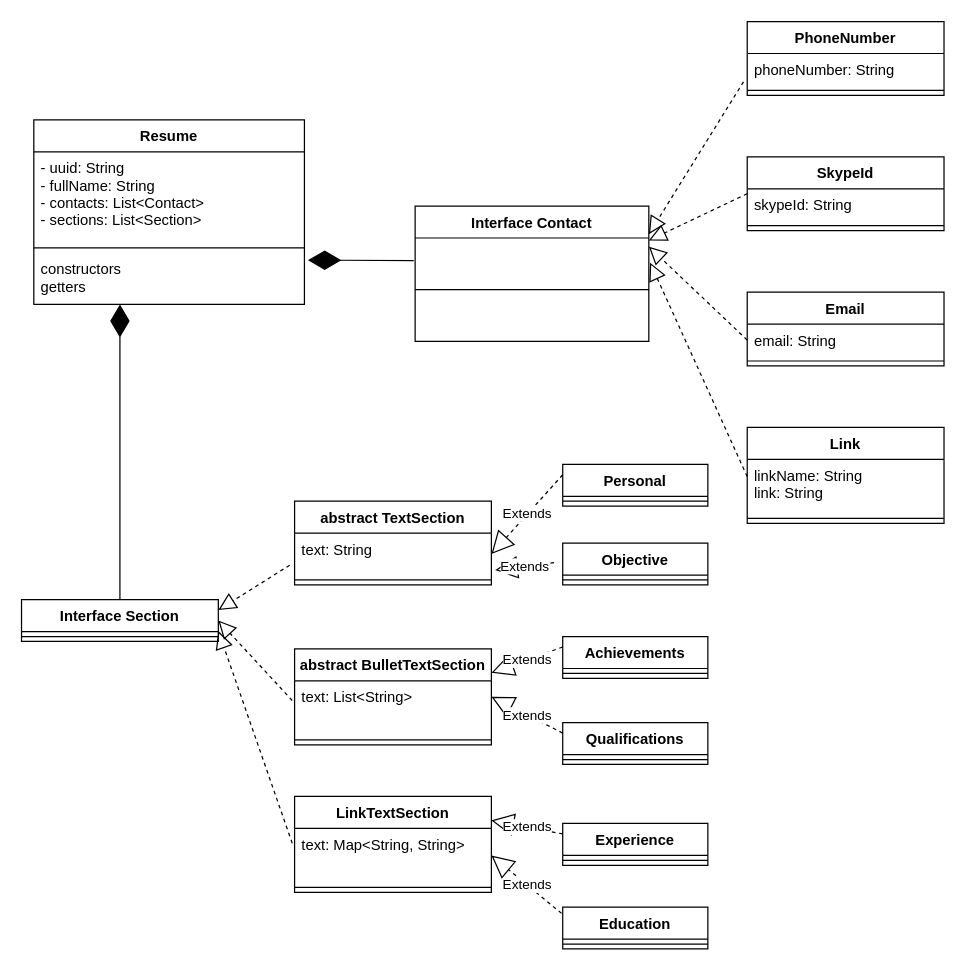
yarmoiseev/basejava keeps this draw.io diagram as Untitled Diagram.drawio. Above is the earlier version. Source tidied: cells renumbered, new cells numbered last; positions are measured from the earlier drawing's top-left corner, leaving out a move shared by most shapes. Both pictures are drawn from the tidied source at 123%, with x=0, y=0 at pixel (21, 21).
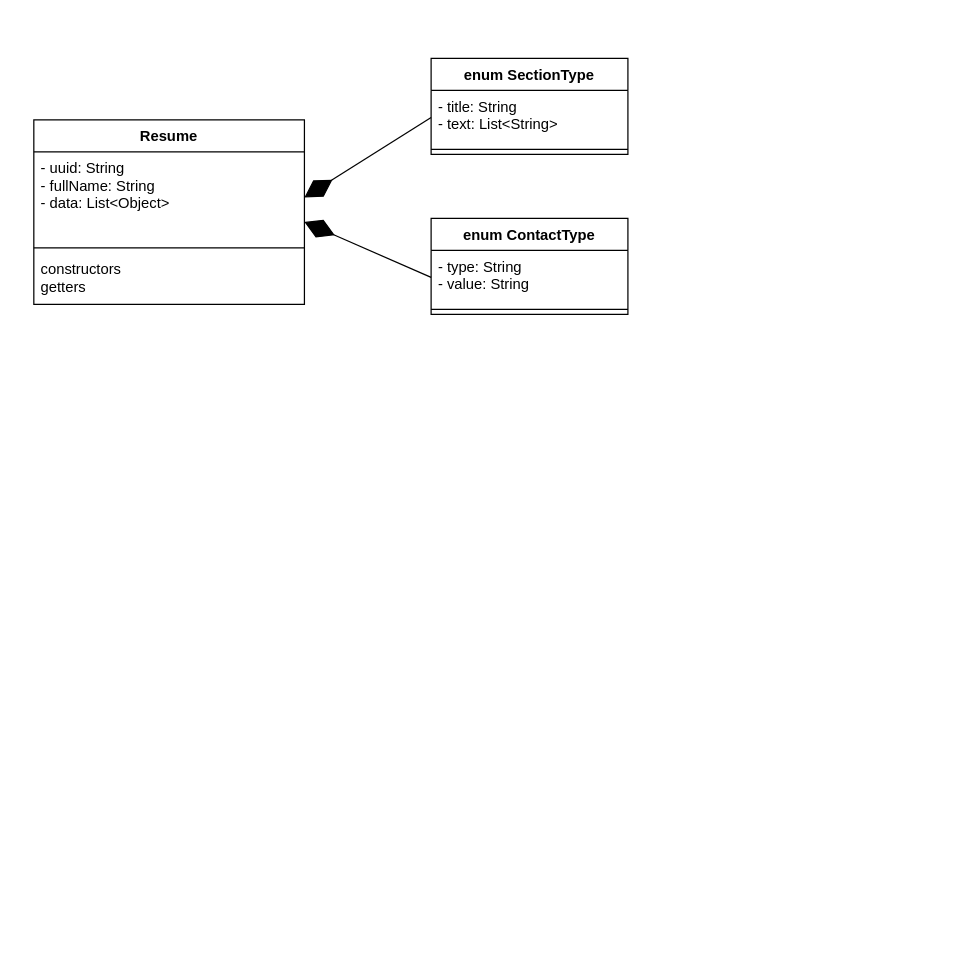
Above is the later version.

Unchanged cells that the change refers to:
```xml
<mxCell id="2" value="Resume" style="swimlane;fontStyle=1;align=center;verticalAlign=top;horizontal=1;startSize=26;" parent="1" vertex="1">
  <mxGeometry x="10" y="80" width="220" height="150" as="geometry" />
</mxCell>
```

Change to the diagram source:
```diff
@@
-    <mxCell id="3" value="- uuid: String&#10;- fullName: String&#10;- contacts: List&lt;Contact&gt;&#10;- sections: List&lt;Section&gt;&#10;" style="text;strokeColor=none;fillColor=none;align=left;verticalAlign=top;spacingLeft=4;spacingRight=4;overflow=hidden;points=[[0,0.5],[1,0.5]];portConstraint=eastwest;" parent="2" vertex="1">
+    <mxCell id="3" value="- uuid: String&#10;- fullName: String&#10;- data: List&lt;Object&gt;&#10;" style="text;strokeColor=none;fillColor=none;align=left;verticalAlign=top;spacingLeft=4;spacingRight=4;overflow=hidden;points=[[0,0.5],[1,0.5]];portConstraint=eastwest;" parent="2" vertex="1">
       <mxGeometry y="26" width="220" height="74" as="geometry" />
     </mxCell>
@@
-    <mxCell id="6" value="Interface Contact" style="swimlane;fontStyle=1;align=center;verticalAlign=top;horizontal=1;startSize=26;" parent="1" vertex="1">
-      <mxGeometry x="320" y="150" width="190" height="110" as="geometry" />
-    </mxCell>
-    <mxCell id="7" style="line;strokeWidth=1;fillColor=none;align=left;verticalAlign=middle;spacingTop=-1;spacingLeft=3;spacingRight=3;labelPosition=right;" parent="6" vertex="1">
-      <mxGeometry y="26" width="190" height="84" as="geometry" />
-    </mxCell>
-    <mxCell id="8" value="Interface Section" style="swimlane;fontStyle=1;align=center;verticalAlign=top;horizontal=1;startSize=26;" parent="1" vertex="1">
-      <mxGeometry y="470" width="160" height="34" as="geometry" />
-    </mxCell>
-    <mxCell id="9" style="line;strokeWidth=1;fillColor=none;align=left;verticalAlign=middle;spacingTop=-1;spacingLeft=3;spacingRight=3;labelPosition=right;" parent="8" vertex="1">
-      <mxGeometry y="26" width="160" height="8" as="geometry" />
-    </mxCell>
-    <mxCell id="10" style="endArrow=diamondThin;endFill=1;endSize=24;html=1;rounded=0;exitX=0.5;exitY=0;exitDx=0;exitDy=0;" parent="1" edge="1" source="8">
-      <mxGeometry relative="1" as="geometry">
-        <mxPoint x="80" y="230" as="targetPoint" />
-      </mxGeometry>
+    <mxCell id="10" style="endArrow=diamondThin;endFill=1;endSize=24;html=1;rounded=0;exitX=0;exitY=0.5;exitDx=0;exitDy=0;entryX=1;entryY=0.5;entryDx=0;entryDy=0;" parent="1" edge="1" source="59" target="3">
+      <mxGeometry relative="1" as="geometry" />
     </mxCell>
-    <mxCell id="11" style="endArrow=diamondThin;endFill=1;endSize=24;html=1;rounded=0;exitX=-0.006;exitY=0.923;exitDx=0;exitDy=0;exitPerimeter=0;" parent="1" edge="1">
-      <mxGeometry relative="1" as="geometry">
-        <mxPoint x="318.9" y="194.3" as="sourcePoint" />
-        <mxPoint x="233" y="194" as="targetPoint" />
-      </mxGeometry>
+    <mxCell id="11" style="endArrow=diamondThin;endFill=1;endSize=24;html=1;rounded=0;exitX=0;exitY=0.5;exitDx=0;exitDy=0;entryX=1;entryY=0.77;entryDx=0;entryDy=0;entryPerimeter=0;" parent="1" edge="1" source="62" target="3">
+      <mxGeometry relative="1" as="geometry" />
     </mxCell>
-    <mxCell id="12" value="PhoneNumber" style="swimlane;fontStyle=1;align=center;verticalAlign=top;horizontal=1;startSize=26;" parent="1" vertex="1">
-      <mxGeometry x="590" width="160" height="60" as="geometry" />
-    </mxCell>
-    <mxCell id="13" value="phoneNumber: String" style="text;strokeColor=none;fillColor=none;align=left;verticalAlign=top;spacingLeft=4;spacingRight=4;overflow=hidden;points=[[0,0.5],[1,0.5]];portConstraint=eastwest;" parent="12" vertex="1">
-      <mxGeometry y="26" width="160" height="26" as="geometry" />
-    </mxCell>
-    <mxCell id="14" style="line;strokeWidth=1;fillColor=none;align=left;verticalAlign=middle;spacingTop=-1;spacingLeft=3;spacingRight=3;labelPosition=right;" parent="12" vertex="1">
-      <mxGeometry y="52" width="160" height="8" as="geometry" />
-    </mxCell>
-    <mxCell id="15" value="SkypeId" style="swimlane;fontStyle=1;align=center;verticalAlign=top;horizontal=1;startSize=26;" parent="1" vertex="1">
-      <mxGeometry x="590" y="110" width="160" height="60" as="geometry" />
-    </mxCell>
-    <mxCell id="16" value="skypeId: String" style="text;strokeColor=none;fillColor=none;align=left;verticalAlign=top;spacingLeft=4;spacingRight=4;overflow=hidden;" parent="15" vertex="1">
-      <mxGeometry y="26" width="160" height="26" as="geometry" />
-    </mxCell>
-    <mxCell id="17" style="line;strokeWidth=1;fillColor=none;align=left;verticalAlign=middle;spacingTop=-1;spacingLeft=3;spacingRight=3;labelPosition=right;" parent="15" vertex="1">
-      <mxGeometry y="52" width="160" height="8" as="geometry" />
-    </mxCell>
-    <mxCell id="18" value="Email" style="swimlane;fontStyle=1;align=center;verticalAlign=top;horizontal=1;startSize=26;" parent="1" vertex="1">
-      <mxGeometry x="590" y="220" width="160" height="60" as="geometry" />
-    </mxCell>
-    <mxCell id="19" value="email: String" style="text;strokeColor=none;fillColor=none;align=left;verticalAlign=top;spacingLeft=4;spacingRight=4;overflow=hidden;points=[[0,0.5],[1,0.5]];portConstraint=eastwest;" parent="18" vertex="1">
-      <mxGeometry y="26" width="160" height="26" as="geometry" />
-    </mxCell>
-    <mxCell id="20" style="line;strokeWidth=1;fillColor=none;align=left;verticalAlign=middle;spacingTop=-1;spacingLeft=3;spacingRight=3;labelPosition=right;" parent="18" vertex="1">
-      <mxGeometry y="52" width="160" height="8" as="geometry" />
-    </mxCell>
-    <mxCell id="21" value="Link" style="swimlane;fontStyle=1;align=center;verticalAlign=top;horizontal=1;startSize=26;" parent="1" vertex="1">
-      <mxGeometry x="590" y="330" width="160" height="78" as="geometry" />
-    </mxCell>
-    <mxCell id="22" value="linkName: String&#10;link: String" style="text;strokeColor=none;fillColor=none;align=left;verticalAlign=top;spacingLeft=4;spacingRight=4;overflow=hidden;points=[[0,0.5],[1,0.5]];portConstraint=eastwest;" parent="21" vertex="1">
-      <mxGeometry y="26" width="160" height="44" as="geometry" />
-    </mxCell>
-    <mxCell id="23" style="line;strokeWidth=1;fillColor=none;align=left;verticalAlign=middle;spacingTop=-1;spacingLeft=3;spacingRight=3;labelPosition=right;" parent="21" vertex="1">
-      <mxGeometry y="70" width="160" height="8" as="geometry" />
-    </mxCell>
-    <mxCell id="24" value="LinkTextSection" style="swimlane;fontStyle=1;align=center;verticalAlign=top;horizontal=1;startSize=26;" parent="1" vertex="1">
-      <mxGeometry x="222" y="630" width="160" height="78" as="geometry" />
-    </mxCell>
-    <mxCell id="25" value="text: Map&lt;String, String&gt;" style="text;strokeColor=none;fillColor=none;align=left;verticalAlign=top;spacingLeft=4;spacingRight=4;overflow=hidden;points=[[0,0.5],[1,0.5]];portConstraint=eastwest;" parent="24" vertex="1">
-      <mxGeometry y="26" width="160" height="44" as="geometry" />
-    </mxCell>
-    <mxCell id="26" style="line;strokeWidth=1;fillColor=none;align=left;verticalAlign=middle;spacingTop=-1;spacingLeft=3;spacingRight=3;labelPosition=right;" parent="24" vertex="1">
-      <mxGeometry y="70" width="160" height="8" as="geometry" />
-    </mxCell>
-    <mxCell id="27" value="abstract BulletTextSection" style="swimlane;fontStyle=1;align=center;verticalAlign=top;horizontal=1;startSize=26;" parent="1" vertex="1">
-      <mxGeometry x="222" y="510" width="160" height="78" as="geometry" />
-    </mxCell>
-    <mxCell id="28" value="text: List&lt;String&gt;" style="text;strokeColor=none;fillColor=none;align=left;verticalAlign=top;spacingLeft=4;spacingRight=4;overflow=hidden;points=[[0,0.5],[1,0.5]];portConstraint=eastwest;" parent="27" vertex="1">
-      <mxGeometry y="26" width="160" height="44" as="geometry" />
-    </mxCell>
-    <mxCell id="29" style="line;strokeWidth=1;fillColor=none;align=left;verticalAlign=middle;spacingTop=-1;spacingLeft=3;spacingRight=3;labelPosition=right;" parent="27" vertex="1">
-      <mxGeometry y="70" width="160" height="8" as="geometry" />
-    </mxCell>
-    <mxCell id="30" value="abstract TextSection" style="swimlane;fontStyle=1;align=center;verticalAlign=top;horizontal=1;startSize=26;" parent="1" vertex="1">
-      <mxGeometry x="222" y="390" width="160" height="68" as="geometry" />
-    </mxCell>
-    <mxCell id="31" value="text: String" style="text;strokeColor=none;fillColor=none;align=left;verticalAlign=top;spacingLeft=4;spacingRight=4;overflow=hidden;points=[[0,0.5],[1,0.5]];portConstraint=eastwest;" parent="30" vertex="1">
-      <mxGeometry y="26" width="160" height="34" as="geometry" />
-    </mxCell>
-    <mxCell id="32" style="line;strokeWidth=1;fillColor=none;align=left;verticalAlign=middle;spacingTop=-1;spacingLeft=3;spacingRight=3;labelPosition=right;" parent="30" vertex="1">
-      <mxGeometry y="60" width="160" height="8" as="geometry" />
-    </mxCell>
-    <mxCell id="33" style="endArrow=block;dashed=1;endFill=0;endSize=12;html=1;rounded=0;entryX=1;entryY=0.635;entryDx=0;entryDy=0;entryPerimeter=0;exitX=-0.019;exitY=0.885;exitDx=0;exitDy=0;exitPerimeter=0;" parent="1" edge="1" source="13">
-      <mxGeometry relative="1" as="geometry">
-        <mxPoint x="510" y="173" as="targetPoint" />
-      </mxGeometry>
-    </mxCell>
-    <mxCell id="34" style="endArrow=block;dashed=1;endFill=0;endSize=12;html=1;rounded=0;entryX=1;entryY=0.703;entryDx=0;entryDy=0;entryPerimeter=0;exitX=0;exitY=0.5;exitDx=0;exitDy=0;" parent="1" edge="1" source="15">
-      <mxGeometry relative="1" as="geometry">
-        <mxPoint x="510" y="178" as="targetPoint" />
-      </mxGeometry>
-    </mxCell>
-    <mxCell id="35" style="endArrow=block;dashed=1;endFill=0;endSize=12;html=1;rounded=0;entryX=1;entryY=0.77;entryDx=0;entryDy=0;entryPerimeter=0;exitX=0;exitY=0.5;exitDx=0;exitDy=0;" parent="1" edge="1" source="19">
-      <mxGeometry relative="1" as="geometry">
-        <mxPoint x="510" y="183" as="targetPoint" />
-      </mxGeometry>
-    </mxCell>
-    <mxCell id="36" style="endArrow=block;dashed=1;endFill=0;endSize=12;html=1;rounded=0;exitX=0;exitY=0.318;exitDx=0;exitDy=0;exitPerimeter=0;entryX=1.005;entryY=0.946;entryDx=0;entryDy=0;entryPerimeter=0;" parent="1" edge="1" source="22">
-      <mxGeometry relative="1" as="geometry">
-        <mxPoint x="511" y="196" as="targetPoint" />
-      </mxGeometry>
-    </mxCell>
-    <mxCell id="37" value="Education" style="swimlane;fontStyle=1;align=center;verticalAlign=top;horizontal=1;startSize=26;" parent="1" vertex="1">
-      <mxGeometry x="440" y="720" width="118" height="34" as="geometry" />
-    </mxCell>
-    <mxCell id="38" style="line;strokeWidth=1;fillColor=none;align=left;verticalAlign=middle;spacingTop=-1;spacingLeft=3;spacingRight=3;labelPosition=right;" parent="37" vertex="1">
-      <mxGeometry y="26" width="118" height="8" as="geometry" />
-    </mxCell>
-    <mxCell id="39" value="Achievements" style="swimlane;fontStyle=1;align=center;verticalAlign=top;horizontal=1;startSize=26;" parent="1" vertex="1">
-      <mxGeometry x="440" y="500" width="118" height="34" as="geometry" />
-    </mxCell>
-    <mxCell id="40" style="line;strokeWidth=1;fillColor=none;align=left;verticalAlign=middle;spacingTop=-1;spacingLeft=3;spacingRight=3;labelPosition=right;" parent="39" vertex="1">
-      <mxGeometry y="26" width="118" height="8" as="geometry" />
-    </mxCell>
-    <mxCell id="41" value="Personal" style="swimlane;fontStyle=1;align=center;verticalAlign=top;horizontal=1;startSize=26;" parent="1" vertex="1">
-      <mxGeometry x="440" y="360" width="118" height="34" as="geometry" />
-    </mxCell>
-    <mxCell id="42" style="line;strokeWidth=1;fillColor=none;align=left;verticalAlign=middle;spacingTop=-1;spacingLeft=3;spacingRight=3;labelPosition=right;" parent="41" vertex="1">
-      <mxGeometry y="26" width="118" height="8" as="geometry" />
-    </mxCell>
-    <mxCell id="43" value="Objective" style="swimlane;fontStyle=1;align=center;verticalAlign=top;horizontal=1;startSize=26;" parent="1" vertex="1">
-      <mxGeometry x="440" y="424" width="118" height="34" as="geometry" />
-    </mxCell>
-    <mxCell id="44" style="line;strokeWidth=1;fillColor=none;align=left;verticalAlign=middle;spacingTop=-1;spacingLeft=3;spacingRight=3;labelPosition=right;" parent="43" vertex="1">
-      <mxGeometry y="26" width="118" height="8" as="geometry" />
-    </mxCell>
-    <mxCell id="45" value="Qualifications" style="swimlane;fontStyle=1;align=center;verticalAlign=top;horizontal=1;startSize=26;" parent="1" vertex="1">
-      <mxGeometry x="440" y="570" width="118" height="34" as="geometry" />
-    </mxCell>
-    <mxCell id="46" style="line;strokeWidth=1;fillColor=none;align=left;verticalAlign=middle;spacingTop=-1;spacingLeft=3;spacingRight=3;labelPosition=right;" parent="45" vertex="1">
-      <mxGeometry y="26" width="118" height="8" as="geometry" />
-    </mxCell>
-    <mxCell id="47" value="Experience" style="swimlane;fontStyle=1;align=center;verticalAlign=top;horizontal=1;startSize=26;" parent="1" vertex="1">
-      <mxGeometry x="440" y="652" width="118" height="34" as="geometry" />
-    </mxCell>
-    <mxCell id="48" style="line;strokeWidth=1;fillColor=none;align=left;verticalAlign=middle;spacingTop=-1;spacingLeft=3;spacingRight=3;labelPosition=right;" parent="47" vertex="1">
-      <mxGeometry y="26" width="118" height="8" as="geometry" />
-    </mxCell>
-    <mxCell id="49" style="endArrow=block;dashed=1;endFill=0;endSize=12;html=1;rounded=0;exitX=-0.025;exitY=0.765;exitDx=0;exitDy=0;exitPerimeter=0;entryX=1;entryY=0.25;entryDx=0;entryDy=0;" parent="1" edge="1" source="31" target="8">
-      <mxGeometry relative="1" as="geometry" />
-    </mxCell>
-    <mxCell id="50" style="endArrow=block;dashed=1;endFill=0;endSize=12;html=1;rounded=0;exitX=-0.012;exitY=0.364;exitDx=0;exitDy=0;exitPerimeter=0;entryX=1;entryY=0.5;entryDx=0;entryDy=0;" parent="1" edge="1" source="28" target="8">
-      <mxGeometry relative="1" as="geometry" />
-    </mxCell>
-    <mxCell id="51" style="endArrow=block;dashed=1;endFill=0;endSize=12;html=1;rounded=0;exitX=-0.012;exitY=0.273;exitDx=0;exitDy=0;exitPerimeter=0;entryX=1;entryY=0.75;entryDx=0;entryDy=0;" parent="1" edge="1" source="25" target="8">
-      <mxGeometry relative="1" as="geometry" />
-    </mxCell>
-    <mxCell id="52" value="Extends" style="endArrow=block;endSize=16;endFill=0;html=1;rounded=0;dashed=1;exitX=0;exitY=0.25;exitDx=0;exitDy=0;entryX=1;entryY=0.5;entryDx=0;entryDy=0;" parent="1" edge="1" source="41" target="31">
-      <mxGeometry relative="1" as="geometry" />
-    </mxCell>
-    <mxCell id="53" value="Extends" style="endArrow=block;endSize=16;endFill=0;html=1;rounded=0;dashed=1;entryX=1.019;entryY=0.882;entryDx=0;entryDy=0;entryPerimeter=0;" parent="1" edge="1" target="31">
-      <mxGeometry relative="1" as="geometry">
-        <mxPoint x="433" y="440" as="sourcePoint" />
-      </mxGeometry>
-    </mxCell>
-    <mxCell id="54" value="Extends" style="endArrow=block;endSize=16;endFill=0;html=1;rounded=0;dashed=1;entryX=1;entryY=0.25;entryDx=0;entryDy=0;exitX=0;exitY=0.25;exitDx=0;exitDy=0;" parent="1" edge="1" source="39" target="27">
-      <mxGeometry relative="1" as="geometry" />
-    </mxCell>
-    <mxCell id="55" value="Extends" style="endArrow=block;endSize=16;endFill=0;html=1;rounded=0;dashed=1;entryX=1;entryY=0.5;entryDx=0;entryDy=0;exitX=0;exitY=0.25;exitDx=0;exitDy=0;" parent="1" edge="1" source="45" target="27">
-      <mxGeometry relative="1" as="geometry" />
-    </mxCell>
-    <mxCell id="56" value="Extends" style="endArrow=block;endSize=16;endFill=0;html=1;rounded=0;dashed=1;entryX=1;entryY=0.25;entryDx=0;entryDy=0;exitX=0;exitY=0.25;exitDx=0;exitDy=0;" parent="1" edge="1" source="47" target="24">
-      <mxGeometry relative="1" as="geometry" />
-    </mxCell>
-    <mxCell id="57" value="Extends" style="endArrow=block;endSize=16;endFill=0;html=1;rounded=0;dashed=1;entryX=1;entryY=0.5;entryDx=0;entryDy=0;exitX=-0.008;exitY=0.15;exitDx=0;exitDy=0;exitPerimeter=0;" parent="1" edge="1" source="37" target="25">
-      <mxGeometry relative="1" as="geometry" />
-    </mxCell>
+    <mxCell id="58" value="enum SectionType" style="swimlane;fontStyle=1;align=center;verticalAlign=top;horizontal=1;startSize=26;" parent="1" vertex="1">
+      <mxGeometry x="333" y="30" width="160" height="78" as="geometry" />
+    </mxCell>
+    <mxCell id="59" value="- title: String&#10;- text: List&lt;String&gt;&#10;" style="text;strokeColor=none;fillColor=none;align=left;verticalAlign=top;spacingLeft=4;spacingRight=4;overflow=hidden;points=[[0,0.5],[1,0.5]];portConstraint=eastwest;" parent="58" vertex="1">
+      <mxGeometry y="26" width="160" height="44" as="geometry" />
+    </mxCell>
+    <mxCell id="60" style="line;strokeWidth=1;fillColor=none;align=left;verticalAlign=middle;spacingTop=-1;spacingLeft=3;spacingRight=3;labelPosition=right;" parent="58" vertex="1">
+      <mxGeometry y="70" width="160" height="8" as="geometry" />
+    </mxCell>
+    <mxCell id="61" value="enum ContactType" style="swimlane;fontStyle=1;align=center;verticalAlign=top;horizontal=1;startSize=26;" parent="1" vertex="1">
+      <mxGeometry x="333" y="160" width="160" height="78" as="geometry" />
+    </mxCell>
+    <mxCell id="62" value="- type: String&#10;- value: String" style="text;strokeColor=none;fillColor=none;align=left;verticalAlign=top;spacingLeft=4;spacingRight=4;overflow=hidden;points=[[0,0.5],[1,0.5]];portConstraint=eastwest;" parent="61" vertex="1">
+      <mxGeometry y="26" width="160" height="44" as="geometry" />
+    </mxCell>
+    <mxCell id="63" style="line;strokeWidth=1;fillColor=none;align=left;verticalAlign=middle;spacingTop=-1;spacingLeft=3;spacingRight=3;labelPosition=right;" parent="61" vertex="1">
+      <mxGeometry y="70" width="160" height="8" as="geometry" />
+    </mxCell>
```
